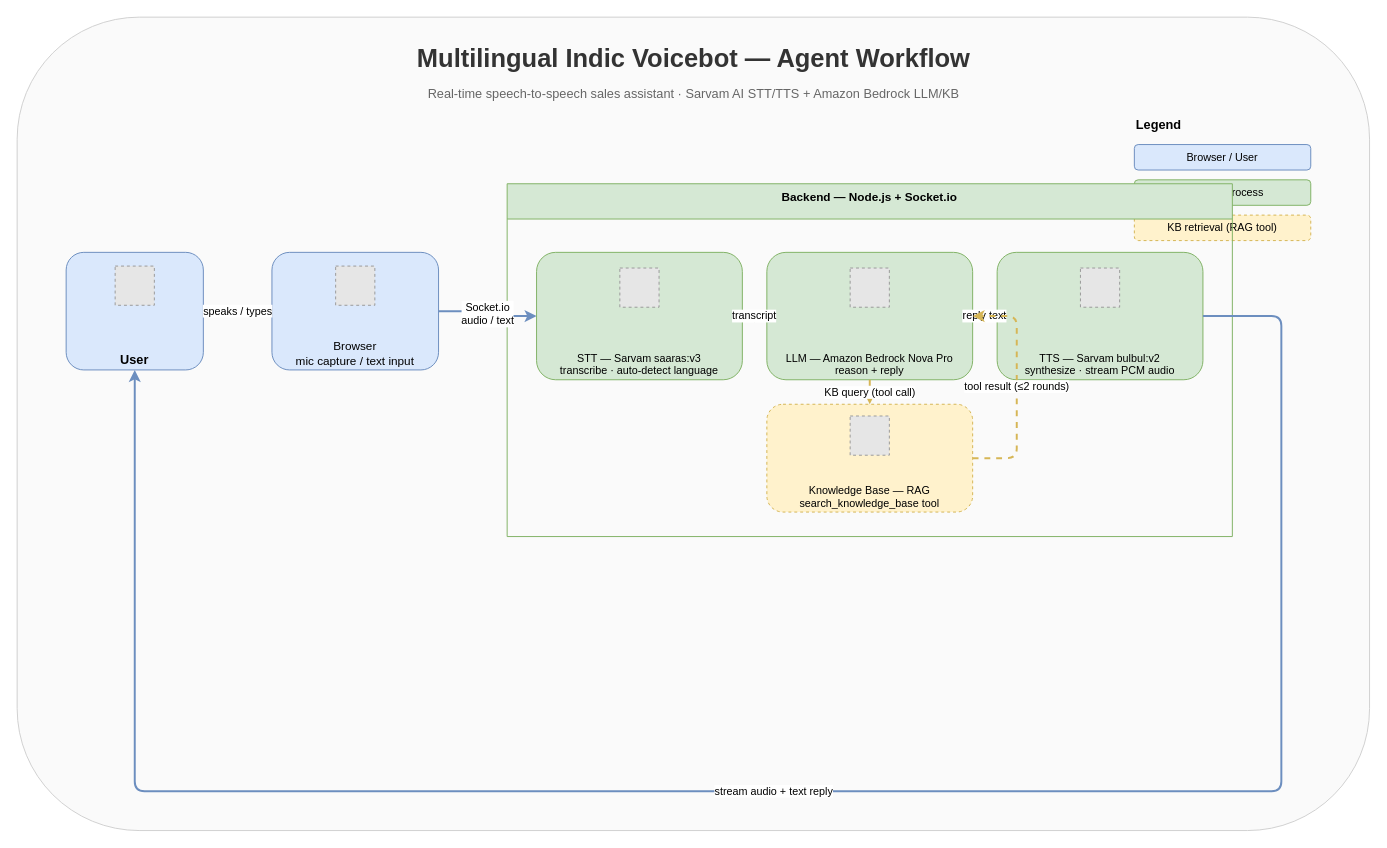
ABSatpute/Multilingual_Indic_Voicebot keeps this draw.io diagram as docs/agent-workflow.drawio. Above is the earlier version. Source tidied: cells renumbered, new cells numbered last; positions are measured from the earlier drawing's top-left corner, leaving out a move shared by most shapes. Both pictures are drawn from the tidied source at 98%, with x=0, y=0 at pixel (17, 17). Pictures stored in the file or linked from it are replaced by grey dashed boxes.
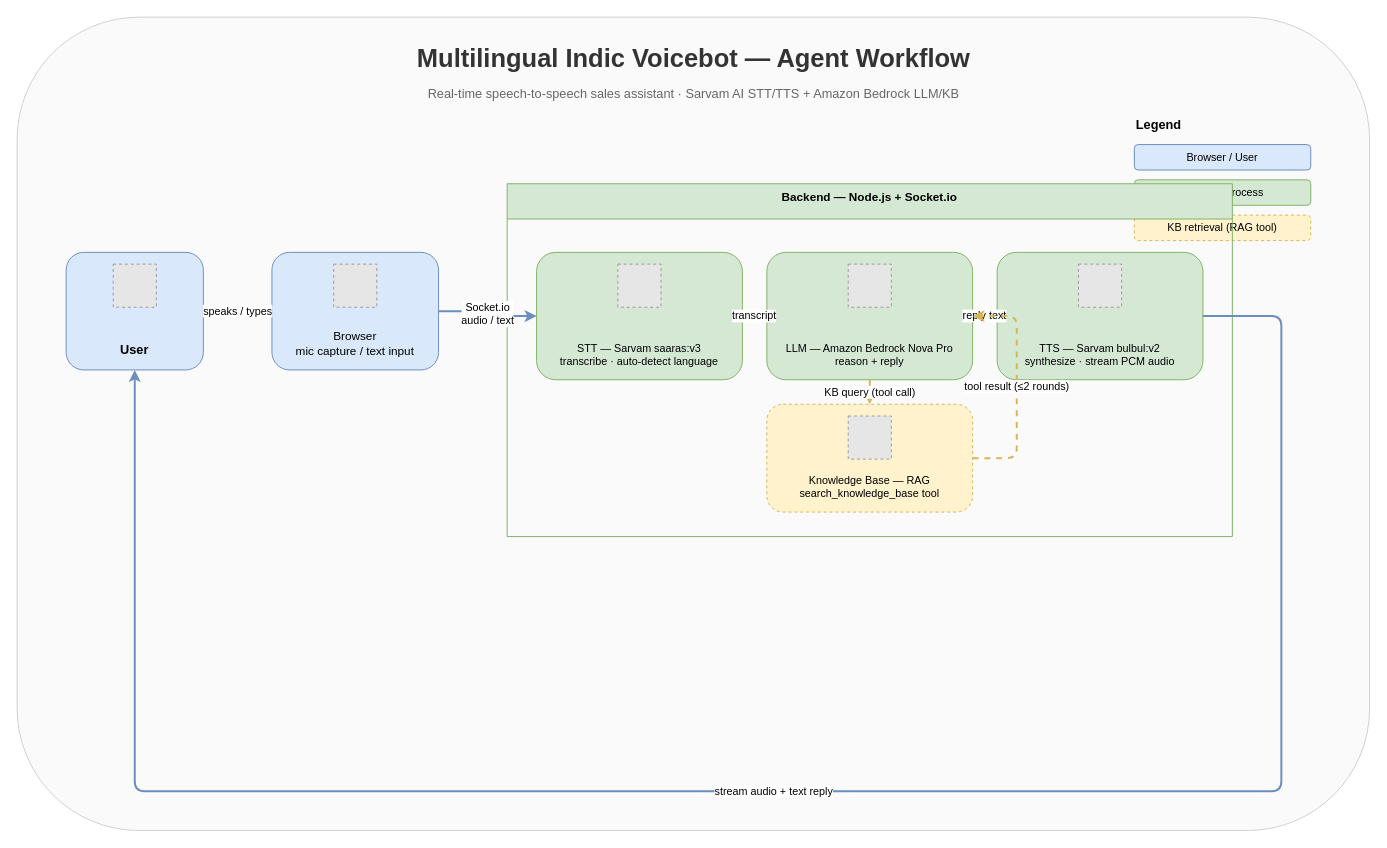
After the change.

Commit message:
Fix icon visibility: place icons as top-level cells over cards

Unchanged cells that the change refers to:
```xml
<mxCell id="13" value="Backend — Node.js + Socket.io" style="swimlane;fontStyle=1;align=center;verticalAlign=top;startSize=36;fillColor=#d5e8d4;strokeColor=#82b366;fontColor=#000000;" parent="1" vertex="1">
  <mxGeometry x="500" y="170" width="740" height="360" as="geometry" />
</mxCell>
```

What changed in the source:
```diff
@@
-    <mxCell id="9" value="User" style="rounded=1;whiteSpace=wrap;html=1;verticalAlign=bottom;spacingTop=62;fillColor=#dae8fc;strokeColor=#6c8ebf;fontSize=13;fontStyle=1;" parent="1" vertex="1">
+    <mxCell id="9" value="User" style="rounded=1;whiteSpace=wrap;html=1;fillColor=#dae8fc;strokeColor=#6c8ebf;fontSize=13;fontStyle=1;verticalAlign=bottom;spacingBottom=10;" parent="1" vertex="1">
       <mxGeometry x="50" y="240" width="140" height="120" as="geometry" />
     </mxCell>
-    <mxCell id="10" style="fillColor=#E6E6E6;strokeColor=#999999;dashed=1;verticalAlign=middle;labelPosition=center;" parent="9" vertex="1">
-      <mxGeometry x="50" y="14" width="40" height="40" as="geometry" />
-    </mxCell>
-    <mxCell id="11" value="Browser&#10;mic capture / text input" style="rounded=1;whiteSpace=wrap;html=1;verticalAlign=bottom;spacingTop=62;fillColor=#dae8fc;strokeColor=#6c8ebf;fontSize=12;" parent="1" vertex="1">
+    <mxCell id="11" value="Browser&#10;mic capture / text input" style="rounded=1;whiteSpace=wrap;html=1;fillColor=#dae8fc;strokeColor=#6c8ebf;fontSize=12;verticalAlign=bottom;spacingBottom=10;" parent="1" vertex="1">
       <mxGeometry x="260" y="240" width="170" height="120" as="geometry" />
     </mxCell>
-    <mxCell id="12" style="fillColor=#E6E6E6;strokeColor=#999999;dashed=1;verticalAlign=middle;labelPosition=center;" parent="11" vertex="1">
-      <mxGeometry x="65" y="14" width="40" height="40" as="geometry" />
-    </mxCell>
@@
-    <mxCell id="14" value="STT — Sarvam saaras:v3&#10;transcribe · auto-detect language" style="rounded=1;whiteSpace=wrap;html=1;verticalAlign=bottom;spacingTop=55;fillColor=#d5e8d4;strokeColor=#82b366;fontSize=11;" parent="13" vertex="1">
+    <mxCell id="14" value="STT — Sarvam saaras:v3&#10;transcribe · auto-detect language" style="rounded=1;whiteSpace=wrap;html=1;fillColor=#d5e8d4;strokeColor=#82b366;fontSize=11;verticalAlign=bottom;spacingBottom=10;" parent="13" vertex="1">
       <mxGeometry x="30" y="70" width="210" height="130" as="geometry" />
     </mxCell>
+    <mxCell id="16" value="LLM — Amazon Bedrock Nova Pro&#10;reason + reply" style="rounded=1;whiteSpace=wrap;html=1;fillColor=#d5e8d4;strokeColor=#82b366;fontSize=11;verticalAlign=bottom;spacingBottom=10;" parent="13" vertex="1">
+      <mxGeometry x="265" y="70" width="210" height="130" as="geometry" />
+    </mxCell>
+    <mxCell id="18" value="TTS — Sarvam bulbul:v2&#10;synthesize · stream PCM audio" style="rounded=1;whiteSpace=wrap;html=1;fillColor=#d5e8d4;strokeColor=#82b366;fontSize=11;verticalAlign=bottom;spacingBottom=10;" parent="13" vertex="1">
+      <mxGeometry x="500" y="70" width="210" height="130" as="geometry" />
+    </mxCell>
+    <mxCell id="20" value="Knowledge Base — RAG&#10;search_knowledge_base tool" style="rounded=1;whiteSpace=wrap;html=1;fillColor=#fff2cc;strokeColor=#d6b656;fontSize=11;dashed=1;verticalAlign=bottom;spacingBottom=10;" parent="13" vertex="1">
+      <mxGeometry x="265" y="225" width="210" height="110" as="geometry" />
+    </mxCell>
+    <mxCell id="10" style="fillColor=#E6E6E6;strokeColor=#999999;dashed=1;html=1;verticalAlign=top;verticalLabelPosition=bottom;labelBackgroundColor=;" parent="1" vertex="1">
+      <mxGeometry x="98" y="252" width="44" height="44" as="geometry" />
+    </mxCell>
+    <mxCell id="12" style="fillColor=#E6E6E6;strokeColor=#999999;dashed=1;html=1;verticalAlign=top;verticalLabelPosition=bottom;labelBackgroundColor=;" parent="1" vertex="1">
+      <mxGeometry x="323" y="252" width="44" height="44" as="geometry" />
+    </mxCell>
-    <mxCell id="15" style="fillColor=#E6E6E6;strokeColor=#999999;dashed=1;verticalAlign=middle;labelPosition=center;" parent="14" vertex="1">
-      <mxGeometry x="85" y="16" width="40" height="40" as="geometry" />
+    <mxCell id="15" style="fillColor=#E6E6E6;strokeColor=#999999;dashed=1;html=1;verticalAlign=top;verticalLabelPosition=bottom;labelBackgroundColor=;" parent="1" vertex="1">
+      <mxGeometry x="613" y="252" width="44" height="44" as="geometry" />
     </mxCell>
-    <mxCell id="16" value="LLM — Amazon Bedrock Nova Pro&#10;reason + reply" style="rounded=1;whiteSpace=wrap;html=1;verticalAlign=bottom;spacingTop=55;fillColor=#d5e8d4;strokeColor=#82b366;fontSize=11;" parent="13" vertex="1">
-      <mxGeometry x="265" y="70" width="210" height="130" as="geometry" />
-    </mxCell>
-    <mxCell id="17" style="fillColor=#E6E6E6;strokeColor=#999999;dashed=1;verticalAlign=middle;labelPosition=center;" parent="16" vertex="1">
-      <mxGeometry x="85" y="16" width="40" height="40" as="geometry" />
+    <mxCell id="17" style="fillColor=#E6E6E6;strokeColor=#999999;dashed=1;html=1;verticalAlign=top;verticalLabelPosition=bottom;labelBackgroundColor=;" parent="1" vertex="1">
+      <mxGeometry x="848" y="252" width="44" height="44" as="geometry" />
     </mxCell>
-    <mxCell id="18" value="TTS — Sarvam bulbul:v2&#10;synthesize · stream PCM audio" style="rounded=1;whiteSpace=wrap;html=1;verticalAlign=bottom;spacingTop=55;fillColor=#d5e8d4;strokeColor=#82b366;fontSize=11;" parent="13" vertex="1">
-      <mxGeometry x="500" y="70" width="210" height="130" as="geometry" />
-    </mxCell>
-    <mxCell id="19" style="fillColor=#E6E6E6;strokeColor=#999999;dashed=1;verticalAlign=middle;labelPosition=center;" parent="18" vertex="1">
-      <mxGeometry x="85" y="16" width="40" height="40" as="geometry" />
+    <mxCell id="19" style="fillColor=#E6E6E6;strokeColor=#999999;dashed=1;html=1;verticalAlign=top;verticalLabelPosition=bottom;labelBackgroundColor=;" parent="1" vertex="1">
+      <mxGeometry x="1083" y="252" width="44" height="44" as="geometry" />
     </mxCell>
-    <mxCell id="20" value="Knowledge Base — RAG&#10;search_knowledge_base tool" style="rounded=1;whiteSpace=wrap;html=1;verticalAlign=bottom;spacingTop=50;fillColor=#fff2cc;strokeColor=#d6b656;fontSize=11;dashed=1;" parent="13" vertex="1">
-      <mxGeometry x="265" y="225" width="210" height="110" as="geometry" />
-    </mxCell>
-    <mxCell id="21" style="fillColor=#E6E6E6;strokeColor=#999999;dashed=1;verticalAlign=middle;labelPosition=center;" parent="20" vertex="1">
-      <mxGeometry x="85" y="12" width="40" height="40" as="geometry" />
+    <mxCell id="21" style="fillColor=#E6E6E6;strokeColor=#999999;dashed=1;html=1;verticalAlign=top;verticalLabelPosition=bottom;labelBackgroundColor=;" parent="1" vertex="1">
+      <mxGeometry x="848" y="407" width="44" height="44" as="geometry" />
     </mxCell>
```
